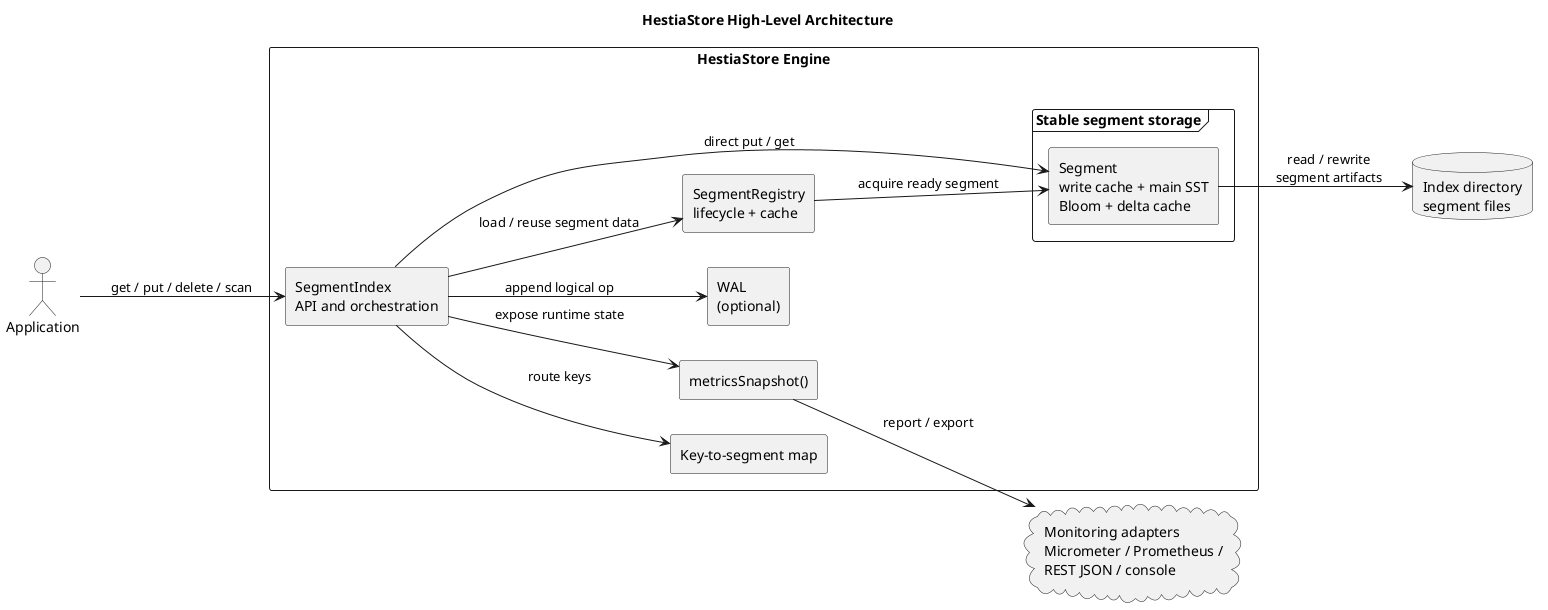
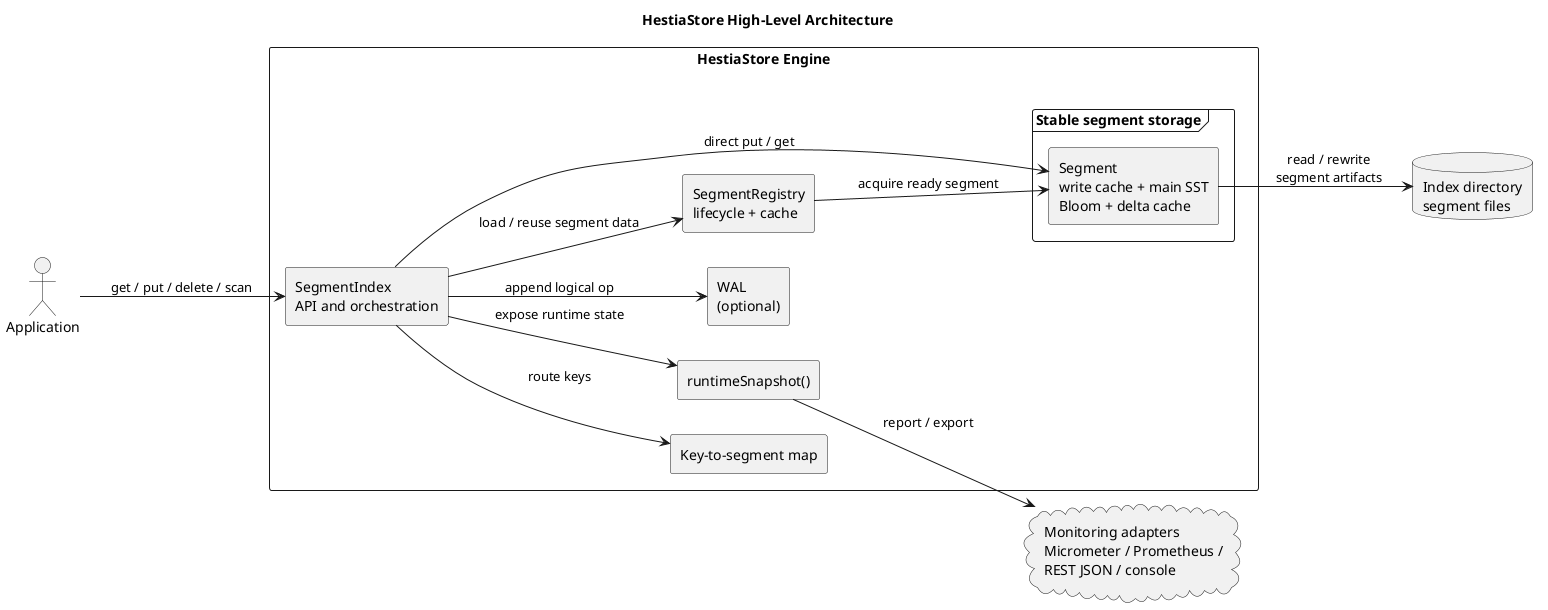
@startuml
title HestiaStore High-Level Architecture

left to right direction
skinparam shadowing false
skinparam packageStyle rectangle
skinparam componentStyle rectangle

actor "Application" as app

rectangle "HestiaStore Engine" {
  component "SegmentIndex\nAPI and orchestration" as segmentIndex
  component "Key-to-segment map" as keyMap
  component "SegmentRegistry\nlifecycle + cache" as registry
  component "WAL\n(optional)" as wal

  frame "Stable segment storage" {
    component "Segment\nwrite cache + main SST\nBloom + delta cache" as segment
  }

-   component "metricsSnapshot()" as metrics
+   component "runtimeSnapshot()" as metrics
}

database "Index directory\nsegment files" as files
cloud "Monitoring adapters\nMicrometer / Prometheus /\nREST JSON / console" as monitoring

app --> segmentIndex : get / put / delete / scan
segmentIndex --> keyMap : route keys
segmentIndex --> wal : append logical op
segmentIndex --> registry : load / reuse segment data
registry --> segment : acquire ready segment
segment --> files : read / rewrite\nsegment artifacts
segmentIndex --> metrics : expose runtime state
metrics --> monitoring : report / export
segmentIndex --> segment : direct put / get

@enduml
